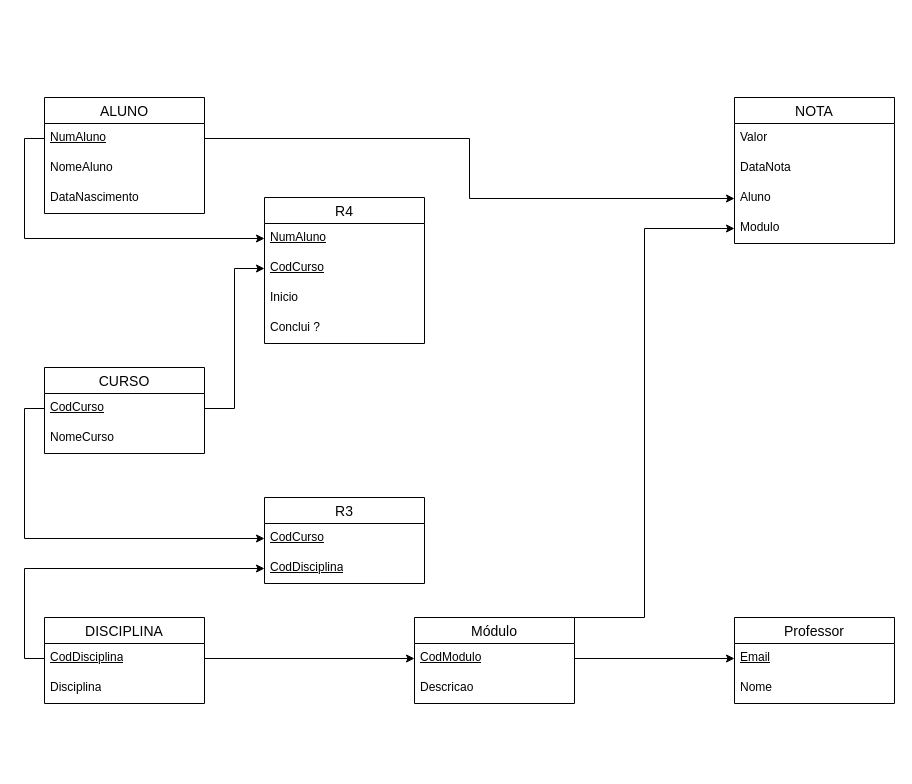
Earlier version of the draw.io diagram Notas.drawio (Frederico994/Diagramas). Source tidied: cells renumbered, new cells numbered last; positions are measured from the earlier drawing's top-left corner, leaving out a move shared by most shapes. Both pictures are drawn from the tidied source at 100%, with x=0, y=0 at pixel (44, 97).
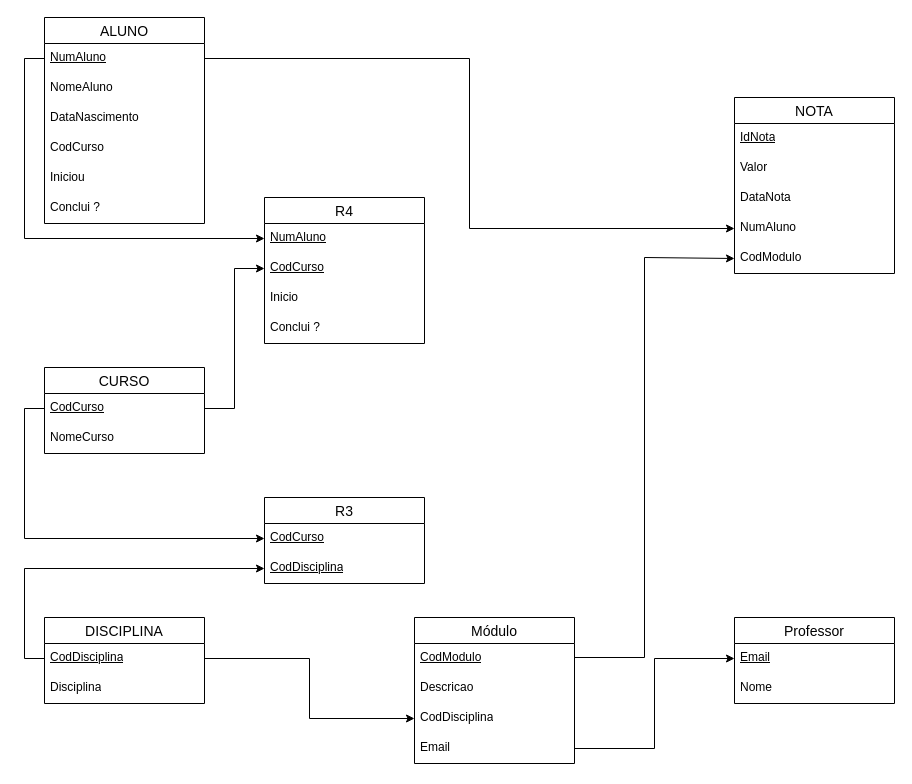
The same diagram, later.

Unchanged cells that the change refers to:
```xml
<mxCell id="13" value="CodModulo" style="text;strokeColor=none;fillColor=none;spacingLeft=4;spacingRight=4;overflow=hidden;points=[[0,0.5],[1,0.5]];portConstraint=eastwest;fontSize=12;whiteSpace=wrap;html=1;fontStyle=4;" parent="12" vertex="1">
  <mxGeometry y="26" width="160" height="30" as="geometry" />
</mxCell>
<mxCell id="16" value="Email" style="text;strokeColor=none;fillColor=none;spacingLeft=4;spacingRight=4;overflow=hidden;points=[[0,0.5],[1,0.5]];portConstraint=eastwest;fontSize=12;whiteSpace=wrap;html=1;fontStyle=4;" parent="15" vertex="1">
  <mxGeometry y="26" width="160" height="30" as="geometry" />
</mxCell>
<mxCell id="19" value="CodDisciplina" style="text;strokeColor=none;fillColor=none;spacingLeft=4;spacingRight=4;overflow=hidden;points=[[0,0.5],[1,0.5]];portConstraint=eastwest;fontSize=12;whiteSpace=wrap;html=1;fontStyle=4;" parent="18" vertex="1">
  <mxGeometry y="26" width="160" height="30" as="geometry" />
</mxCell>
```

Change to the diagram source:
```diff
@@
     <mxCell id="2" value="ALUNO" style="swimlane;fontStyle=0;horizontal=1;startSize=26;align=center;fontSize=14;" parent="1" vertex="1">
-      <mxGeometry width="160" height="116" as="geometry" />
+      <mxGeometry y="-80" width="160" height="206" as="geometry" />
     </mxCell>
@@
+    <mxCell id="39" value="CodCurso" style="text;strokeColor=none;fillColor=none;spacingLeft=4;spacingRight=4;overflow=hidden;fontSize=12;whiteSpace=wrap;html=1;" parent="2" vertex="1">
+      <mxGeometry y="116" width="160" height="30" as="geometry" />
+    </mxCell>
+    <mxCell id="40" value="Iniciou" style="text;strokeColor=none;fillColor=none;spacingLeft=4;spacingRight=4;overflow=hidden;fontSize=12;whiteSpace=wrap;html=1;" parent="2" vertex="1">
+      <mxGeometry y="146" width="160" height="30" as="geometry" />
+    </mxCell>
+    <mxCell id="41" value="Conclui ?" style="text;strokeColor=none;fillColor=none;spacingLeft=4;spacingRight=4;overflow=hidden;fontSize=12;whiteSpace=wrap;html=1;" parent="2" vertex="1">
+      <mxGeometry y="176" width="160" height="30" as="geometry" />
+    </mxCell>
     <mxCell id="6" value="NOTA" style="swimlane;fontStyle=0;horizontal=1;startSize=26;align=center;fontSize=14;" parent="1" vertex="1">
-      <mxGeometry x="690" width="160" height="146" as="geometry" />
+      <mxGeometry x="690" width="160" height="176" as="geometry" />
     </mxCell>
+    <mxCell id="42" value="IdNota" style="text;strokeColor=none;fillColor=none;spacingLeft=4;spacingRight=4;overflow=hidden;fontSize=12;whiteSpace=wrap;html=1;fontStyle=4;" parent="6" vertex="1">
+      <mxGeometry y="26" width="160" height="30" as="geometry" />
+    </mxCell>
     <mxCell id="7" value="Valor" style="text;strokeColor=none;fillColor=none;spacingLeft=4;spacingRight=4;overflow=hidden;fontSize=12;whiteSpace=wrap;html=1;" parent="6" vertex="1">
-      <mxGeometry y="26" width="160" height="30" as="geometry" />
+      <mxGeometry y="56" width="160" height="30" as="geometry" />
     </mxCell>
     <mxCell id="8" value="DataNota" style="text;strokeColor=none;fillColor=none;spacingLeft=4;spacingRight=4;overflow=hidden;fontSize=12;whiteSpace=wrap;html=1;" parent="6" vertex="1">
-      <mxGeometry y="56" width="160" height="30" as="geometry" />
+      <mxGeometry y="86" width="160" height="30" as="geometry" />
     </mxCell>
-    <mxCell id="9" value="Aluno" style="text;strokeColor=none;fillColor=none;spacingLeft=4;spacingRight=4;overflow=hidden;points=[[0,0.5],[1,0.5]];portConstraint=eastwest;fontSize=12;whiteSpace=wrap;html=1;" parent="6" vertex="1">
-      <mxGeometry y="86" width="160" height="30" as="geometry" />
+    <mxCell id="9" value="NumAluno" style="text;strokeColor=none;fillColor=none;spacingLeft=4;spacingRight=4;overflow=hidden;points=[[0,0.5],[1,0.5]];portConstraint=eastwest;fontSize=12;whiteSpace=wrap;html=1;" parent="6" vertex="1">
+      <mxGeometry y="116" width="160" height="30" as="geometry" />
     </mxCell>
-    <mxCell id="10" value="Modulo" style="text;strokeColor=none;fillColor=none;spacingLeft=4;spacingRight=4;overflow=hidden;points=[[0,0.5],[1,0.5]];portConstraint=eastwest;fontSize=12;whiteSpace=wrap;html=1;" parent="6" vertex="1">
-      <mxGeometry y="116" width="160" height="30" as="geometry" />
+    <mxCell id="10" value="CodModulo" style="text;strokeColor=none;fillColor=none;spacingLeft=4;spacingRight=4;overflow=hidden;points=[[0,0.5],[1,0.5]];portConstraint=eastwest;fontSize=12;whiteSpace=wrap;html=1;" parent="6" vertex="1">
+      <mxGeometry y="146" width="160" height="30" as="geometry" />
     </mxCell>
-    <mxCell id="11" style="edgeStyle=orthogonalEdgeStyle;rounded=0;jettySize=auto;html=1;exitX=0.75;exitY=0;exitDx=0;exitDy=0;entryX=0;entryY=0.5;entryDx=0;entryDy=0;" parent="1" edge="1" source="12" target="10">
+    <mxCell id="11" style="edgeStyle=orthogonalEdgeStyle;rounded=0;jettySize=auto;html=1;exitX=1;exitY=0.5;exitDx=0;exitDy=0;entryX=0;entryY=0.5;entryDx=0;entryDy=0;" parent="1" edge="1" source="13" target="10">
       <mxGeometry relative="1" as="geometry">
         <Array as="points">
-          <mxPoint x="600" y="520" />
-          <mxPoint x="600" y="131" />
+          <mxPoint x="530" y="560" />
+          <mxPoint x="600" y="560" />
+          <mxPoint x="600" y="160" />
         </Array>
       </mxGeometry>
     </mxCell>
     <mxCell id="12" value="Módulo" style="swimlane;fontStyle=0;horizontal=1;startSize=26;align=center;fontSize=14;" parent="1" vertex="1">
-      <mxGeometry x="370" y="520" width="160" height="86" as="geometry" />
+      <mxGeometry x="370" y="520" width="160" height="146" as="geometry" />
     </mxCell>
@@
+    <mxCell id="43" value="CodDisciplina" style="text;strokeColor=none;fillColor=none;spacingLeft=4;spacingRight=4;overflow=hidden;points=[[0,0.5],[1,0.5]];portConstraint=eastwest;fontSize=12;whiteSpace=wrap;html=1;" parent="12" vertex="1">
+      <mxGeometry y="86" width="160" height="30" as="geometry" />
+    </mxCell>
+    <mxCell id="44" value="Email" style="text;strokeColor=none;fillColor=none;spacingLeft=4;spacingRight=4;overflow=hidden;points=[[0,0.5],[1,0.5]];portConstraint=eastwest;fontSize=12;whiteSpace=wrap;html=1;" parent="12" vertex="1">
+      <mxGeometry y="116" width="160" height="30" as="geometry" />
+    </mxCell>
@@
-    <mxCell id="33" style="edgeStyle=orthogonalEdgeStyle;rounded=0;jettySize=auto;html=1;exitX=1;exitY=0.5;exitDx=0;exitDy=0;entryX=0;entryY=0.5;entryDx=0;entryDy=0;" parent="1" edge="1" source="19" target="13">
-      <mxGeometry relative="1" as="geometry" />
-    </mxCell>
-    <mxCell id="34" style="edgeStyle=orthogonalEdgeStyle;rounded=0;jettySize=auto;html=1;exitX=1;exitY=0.5;exitDx=0;exitDy=0;entryX=0;entryY=0.5;entryDx=0;entryDy=0;" parent="1" edge="1" source="13" target="16">
+    <mxCell id="34" style="edgeStyle=orthogonalEdgeStyle;rounded=0;jettySize=auto;html=1;exitX=1;exitY=0.5;exitDx=0;exitDy=0;entryX=0;entryY=0.5;entryDx=0;entryDy=0;" parent="1" edge="1" source="44" target="16">
       <mxGeometry relative="1" as="geometry" />
     </mxCell>
@@
+    <mxCell id="45" style="edgeStyle=orthogonalEdgeStyle;rounded=0;jettySize=auto;html=1;exitX=1;exitY=0.5;exitDx=0;exitDy=0;entryX=0;entryY=0.5;entryDx=0;entryDy=0;" parent="1" edge="1" source="19" target="43">
+      <mxGeometry relative="1" as="geometry" />
+    </mxCell>
```
